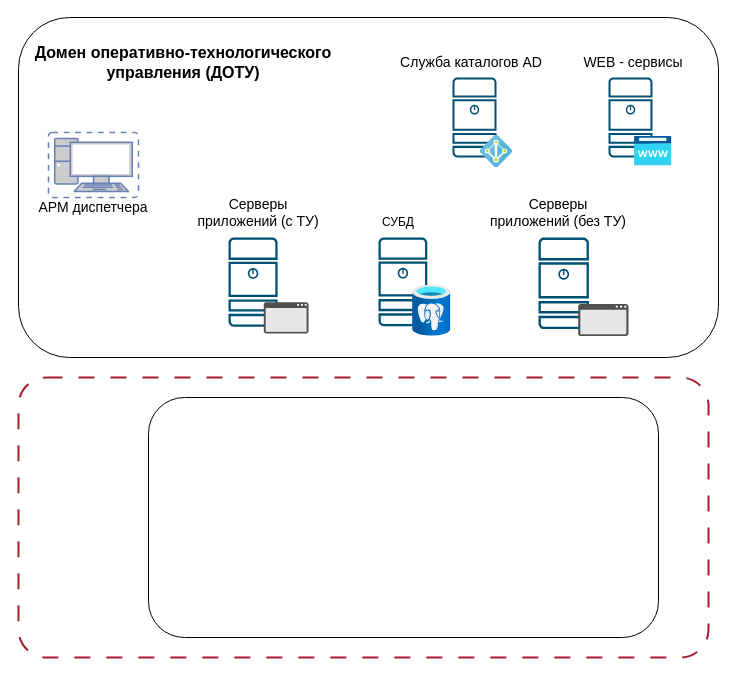
Above: Диаграмма без названия.drawio in solobariton/ansprometey (draw.io), before the change. Source tidied: cells renumbered, new cells numbered last; positions are measured from the earlier drawing's top-left corner, leaving out a move shared by most shapes. Both pictures are drawn from the tidied source at 100%, with x=0, y=0 at pixel (18, 17). Pictures stored in the file or linked from it are replaced by grey dashed boxes.
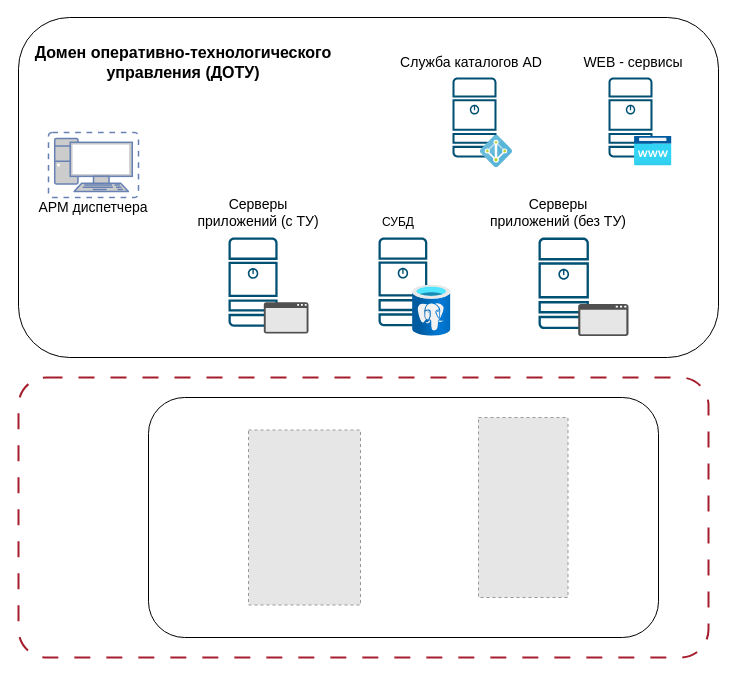
After the change.

The edit, as a diff of the source:
```diff
@@
+    <mxCell id="35" style="fillColor=#E6E6E6;strokeColor=#999999;dashed=1;verticalLabelPosition=bottom;verticalAlign=top;" parent="1" vertex="1">
+      <mxGeometry x="460" y="400" width="89.5" height="180" as="geometry" />
+    </mxCell>
+    <mxCell id="36" style="fillColor=#E6E6E6;strokeColor=#999999;dashed=1;verticalLabelPosition=bottom;verticalAlign=top;" parent="1" vertex="1">
+      <mxGeometry x="230" y="412.5" width="112" height="175" as="geometry" />
+    </mxCell>
```
